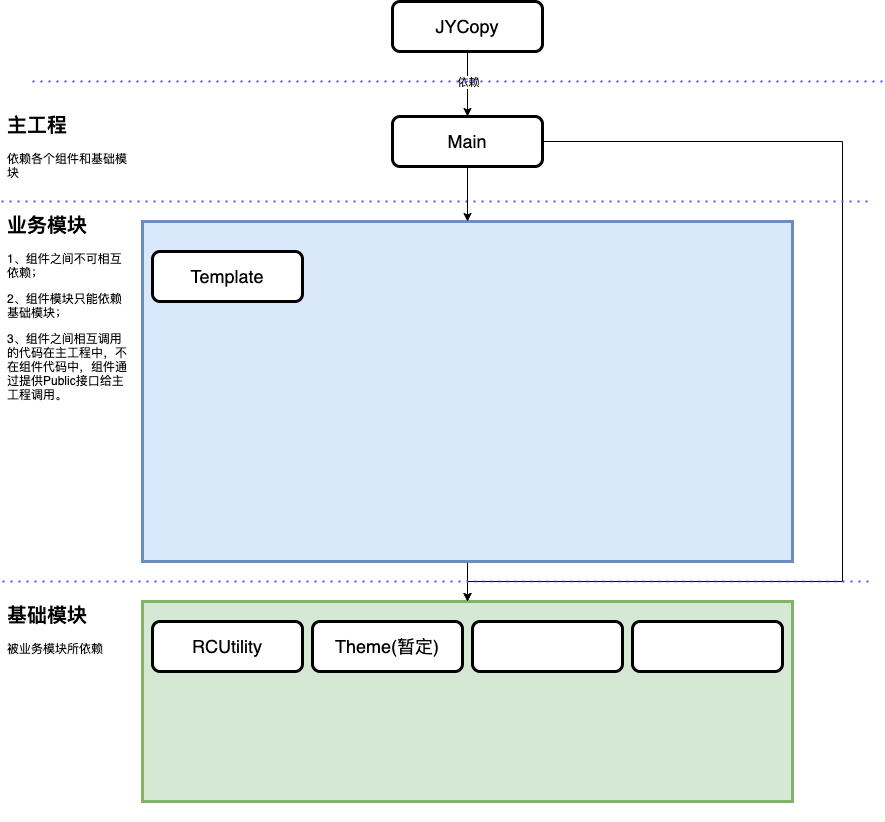
rccrx/JYCopy keeps this draw.io diagram as Doc/架构图.png. Above is the earlier version. Source tidied: cells renumbered, new cells last; positions are measured from the earlier drawing's top-left corner, leaving out a move shared by most shapes.
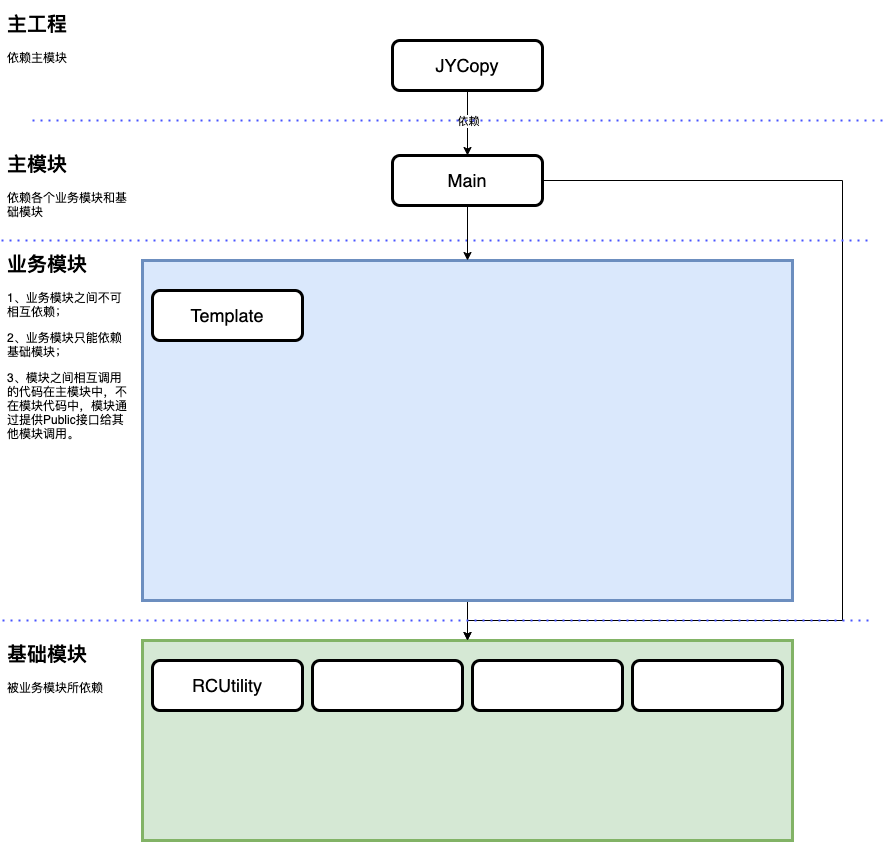
Above is the later version.

What changed in the source:
```diff
@@ -43,7 +43,7 @@
         <mxPoint x="871" y="580" as="targetPoint" />
       </mxGeometry>
     </mxCell>
-    <mxCell id="10" value="&lt;span style=&quot;font-size: 18px&quot;&gt;Theme(&lt;/span&gt;&lt;span style=&quot;font-size: 18px&quot;&gt;暂定&lt;/span&gt;&lt;span style=&quot;font-size: 18px&quot;&gt;)&lt;/span&gt;" style="shape=ext;rounded=1;html=1;whiteSpace=wrap;strokeWidth=3;perimeterSpacing=0;sketch=0;" parent="1" vertex="1">
+    <mxCell id="10" style="shape=ext;rounded=1;html=1;whiteSpace=wrap;strokeWidth=3;perimeterSpacing=0;sketch=0;" parent="1" vertex="1">
       <mxGeometry x="311" y="620" width="150" height="50" as="geometry" />
     </mxCell>
     <mxCell id="11" style="endArrow=none;dashed=1;html=1;dashPattern=1 3;strokeWidth=2;fontSize=16;strokeColor=#4754FF;" parent="1" edge="1">
@@ -64,10 +64,10 @@
     <mxCell id="15" value="&lt;h1 style=&quot;font-size: 20px&quot;&gt;基础模块&lt;/h1&gt;&lt;p&gt;被业务模块所依赖&lt;/p&gt;" style="text;html=1;strokeColor=none;fillColor=none;spacing=5;spacingTop=-20;whiteSpace=wrap;overflow=hidden;rounded=0;" parent="1" vertex="1">
       <mxGeometry x="1" y="600" width="130" height="220" as="geometry" />
     </mxCell>
-    <mxCell id="16" value="&lt;h1 style=&quot;font-size: 20px&quot;&gt;业务模块&lt;/h1&gt;&lt;p&gt;1、组件之间不可相互依赖；&lt;/p&gt;&lt;p&gt;2、组件模块只能依赖基础模块；&lt;/p&gt;&lt;p&gt;&lt;span&gt;3、组件之间相互调用的代码在主工程中，不在组件代码中，组件通过提供Public接口给主工程调用。&lt;/span&gt;&lt;/p&gt;" style="text;html=1;strokeColor=none;fillColor=none;spacing=5;spacingTop=-20;whiteSpace=wrap;overflow=hidden;rounded=0;" parent="1" vertex="1">
+    <mxCell id="16" value="&lt;h1 style=&quot;font-size: 20px&quot;&gt;业务模块&lt;/h1&gt;&lt;p&gt;1、业务模块之间不可相互依赖；&lt;/p&gt;&lt;p&gt;2、业务模块只能依赖基础模块；&lt;/p&gt;&lt;p&gt;&lt;span&gt;3、模块之间相互调用的代码在主模块中，不在模块代码中，模块通过提供Public接口给其他模块调用。&lt;/span&gt;&lt;/p&gt;" style="text;html=1;strokeColor=none;fillColor=none;spacing=5;spacingTop=-20;whiteSpace=wrap;overflow=hidden;rounded=0;" parent="1" vertex="1">
       <mxGeometry x="1" y="210" width="130" height="280" as="geometry" />
     </mxCell>
-    <mxCell id="17" value="&lt;h1 style=&quot;font-size: 20px&quot;&gt;主工程&lt;/h1&gt;&lt;p&gt;依赖各个组件和基础模块&lt;/p&gt;" style="text;html=1;strokeColor=none;fillColor=none;spacing=5;spacingTop=-20;whiteSpace=wrap;overflow=hidden;rounded=0;" parent="1" vertex="1">
+    <mxCell id="17" value="&lt;h1 style=&quot;font-size: 20px&quot;&gt;主模块&lt;/h1&gt;&lt;p&gt;依赖各个业务模块和基础模块&lt;/p&gt;" style="text;html=1;strokeColor=none;fillColor=none;spacing=5;spacingTop=-20;whiteSpace=wrap;overflow=hidden;rounded=0;" parent="1" vertex="1">
       <mxGeometry x="1" y="110" width="130" height="90" as="geometry" />
     </mxCell>
     <mxCell id="18" value="&lt;span style=&quot;font-size: 18px&quot;&gt;RCUtility&lt;/span&gt;" style="shape=ext;rounded=1;html=1;whiteSpace=wrap;strokeWidth=3;perimeterSpacing=0;sketch=0;" parent="1" vertex="1">
@@ -85,5 +85,8 @@
         <mxPoint x="882" y="80" as="targetPoint" />
       </mxGeometry>
     </mxCell>
+    <mxCell id="22" value="&lt;h1 style=&quot;font-size: 20px&quot;&gt;主工程&lt;/h1&gt;&lt;p&gt;依赖主模块&lt;/p&gt;" style="text;html=1;strokeColor=none;fillColor=none;spacing=5;spacingTop=-20;whiteSpace=wrap;overflow=hidden;rounded=0;" parent="1" vertex="1">
+      <mxGeometry x="1" y="-30" width="130" height="90" as="geometry" />
+    </mxCell>
   </root>
 </mxGraphModel>
```
